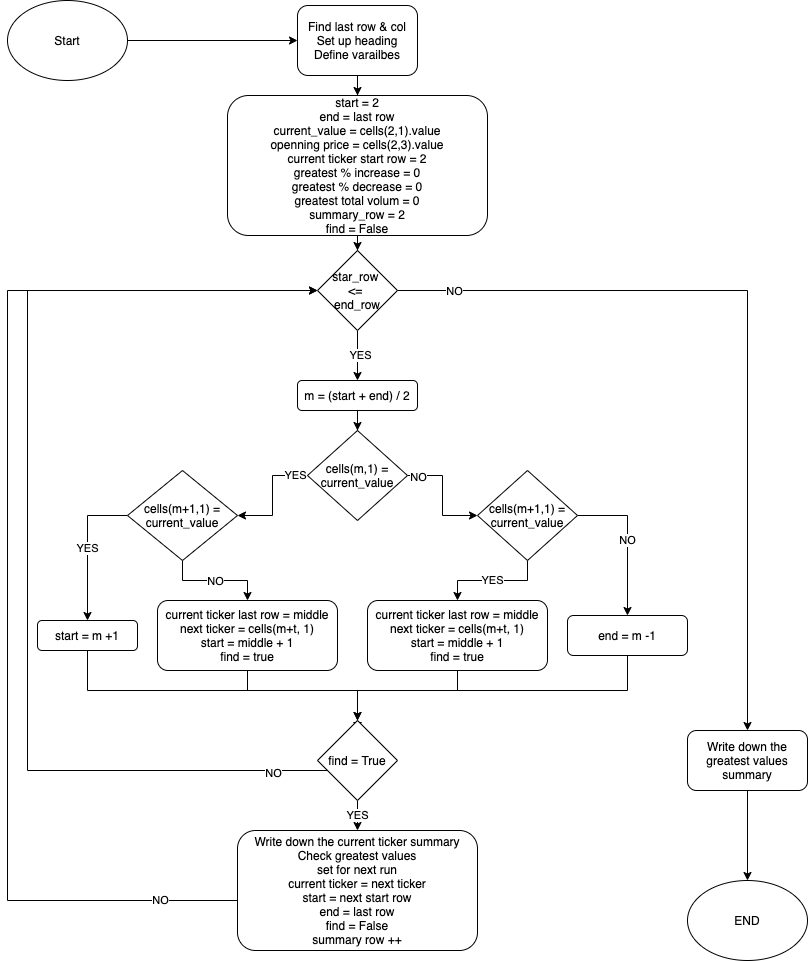
This is data-hw2-VBA.png from Simon-Xu-Lan/data-hw2-VBA-Scripting, a draw.io export, as it was before one commit. Source tidied: cells renumbered, new cells last; positions are measured from the earlier drawing's top-left corner, leaving out a move shared by most shapes. Source of this version:
```xml
<mxGraphModel>
  <root>
    <mxCell id="0" />
    <mxCell id="1" parent="0" />
    <mxCell id="2" style="edgeStyle=orthogonalEdgeStyle;rounded=0;jettySize=auto;html=1;" parent="1" edge="1" source="3" target="5">
      <mxGeometry relative="1" as="geometry" />
    </mxCell>
    <mxCell id="3" value="Find last row &amp;amp; col&lt;br&gt;Set up heading&lt;br&gt;Define varailbes&lt;br&gt;" style="rounded=1;whiteSpace=wrap;html=1;" parent="1" vertex="1">
      <mxGeometry x="290" y="5" width="120" height="70" as="geometry" />
    </mxCell>
    <mxCell id="4" style="edgeStyle=orthogonalEdgeStyle;rounded=0;jettySize=auto;html=1;entryX=0.5;entryY=0;entryDx=0;entryDy=0;" parent="1" edge="1" source="5" target="10">
      <mxGeometry relative="1" as="geometry" />
    </mxCell>
    <mxCell id="5" value="start = 2&lt;br&gt;end = last row&lt;br&gt;current_value = cells(2,1).value&lt;br&gt;openning price = cells(2,3).value&lt;br&gt;current ticker start row = 2&lt;br&gt;greatest % increase = 0&lt;br&gt;greatest % decrease = 0&lt;br&gt;greatest total volum = 0&lt;br&gt;summary_row = 2&lt;br&gt;find = False" style="rounded=1;whiteSpace=wrap;html=1;" parent="1" vertex="1">
      <mxGeometry x="220" y="95" width="260" height="140" as="geometry" />
    </mxCell>
    <mxCell id="6" style="edgeStyle=orthogonalEdgeStyle;rounded=0;jettySize=auto;html=1;entryX=0.5;entryY=0;entryDx=0;entryDy=0;" parent="1" edge="1" source="10" target="12">
      <mxGeometry relative="1" as="geometry" />
    </mxCell>
    <mxCell id="7" value="YES" style="edgeLabel;html=1;align=center;verticalAlign=middle;" parent="6" vertex="1">
      <mxGeometry x="-0.05" y="2" relative="1" as="geometry" />
    </mxCell>
    <mxCell id="8" style="edgeStyle=orthogonalEdgeStyle;rounded=0;jettySize=auto;html=1;entryX=0.5;entryY=0;entryDx=0;entryDy=0;" parent="1" edge="1" source="10" target="41">
      <mxGeometry relative="1" as="geometry" />
    </mxCell>
    <mxCell id="9" value="NO" style="edgeLabel;html=1;align=center;verticalAlign=middle;" parent="8" vertex="1">
      <mxGeometry x="-0.86" relative="1" as="geometry" />
    </mxCell>
    <mxCell id="10" value="star_row &lt;br&gt;&amp;lt;=&amp;nbsp;&lt;br&gt;end_row" style="rhombus;whiteSpace=wrap;html=1;" parent="1" vertex="1">
      <mxGeometry x="310" y="250" width="80" height="80" as="geometry" />
    </mxCell>
    <mxCell id="11" style="edgeStyle=orthogonalEdgeStyle;rounded=0;jettySize=auto;html=1;entryX=0.5;entryY=0;entryDx=0;entryDy=0;" parent="1" edge="1" source="12" target="17">
      <mxGeometry relative="1" as="geometry" />
    </mxCell>
    <mxCell id="12" value="m = (start + end) / 2" style="rounded=1;whiteSpace=wrap;html=1;" parent="1" vertex="1">
      <mxGeometry x="290" y="380" width="120" height="30" as="geometry" />
    </mxCell>
    <mxCell id="13" style="edgeStyle=orthogonalEdgeStyle;rounded=0;jettySize=auto;html=1;" parent="1" edge="1" source="17" target="21">
      <mxGeometry relative="1" as="geometry" />
    </mxCell>
    <mxCell id="14" value="YES" style="edgeLabel;html=1;align=center;verticalAlign=middle;" parent="13" vertex="1">
      <mxGeometry x="-0.76" y="-1" relative="1" as="geometry" />
    </mxCell>
    <mxCell id="15" style="edgeStyle=orthogonalEdgeStyle;rounded=0;jettySize=auto;html=1;" parent="1" edge="1" source="17" target="28">
      <mxGeometry relative="1" as="geometry" />
    </mxCell>
    <mxCell id="16" value="NO" style="edgeLabel;html=1;align=center;verticalAlign=middle;" parent="15" vertex="1">
      <mxGeometry x="-0.81" y="-1" relative="1" as="geometry" />
    </mxCell>
    <mxCell id="17" value="cells(m,1) = current_value" style="rhombus;whiteSpace=wrap;html=1;" parent="1" vertex="1">
      <mxGeometry x="300" y="430" width="100" height="90" as="geometry" />
    </mxCell>
    <mxCell id="18" style="edgeStyle=orthogonalEdgeStyle;rounded=0;jettySize=auto;html=1;entryX=0.5;entryY=0;entryDx=0;entryDy=0;" parent="1" edge="1" source="21" target="23">
      <mxGeometry relative="1" as="geometry" />
    </mxCell>
    <mxCell id="19" value="NO" style="edgeLabel;html=1;align=center;verticalAlign=middle;" parent="18" vertex="1">
      <mxGeometry x="-0.01" relative="1" as="geometry" />
    </mxCell>
    <mxCell id="20" value="YES" style="edgeStyle=orthogonalEdgeStyle;rounded=0;jettySize=auto;html=1;entryX=0.5;entryY=0;entryDx=0;entryDy=0;exitX=0;exitY=0.5;exitDx=0;exitDy=0;" parent="1" edge="1" source="21" target="25">
      <mxGeometry relative="1" as="geometry" />
    </mxCell>
    <mxCell id="21" value="cells(m+1,1) = current_value" style="rhombus;whiteSpace=wrap;html=1;" parent="1" vertex="1">
      <mxGeometry x="120" y="470" width="110" height="90" as="geometry" />
    </mxCell>
    <mxCell id="22" style="edgeStyle=orthogonalEdgeStyle;rounded=0;jettySize=auto;html=1;entryX=0.5;entryY=0;entryDx=0;entryDy=0;" parent="1" edge="1" source="23">
      <mxGeometry relative="1" as="geometry">
        <mxPoint x="350" y="730" as="targetPoint" />
        <Array as="points">
          <mxPoint x="240" y="690" />
          <mxPoint x="350" y="690" />
        </Array>
      </mxGeometry>
    </mxCell>
    <mxCell id="23" value="current ticker last row = middle&lt;br&gt;next ticker = cells(m+t, 1)&lt;br&gt;start = middle + 1&lt;br&gt;find = true" style="rounded=1;whiteSpace=wrap;html=1;" parent="1" vertex="1">
      <mxGeometry x="150" y="600" width="180" height="70" as="geometry" />
    </mxCell>
    <mxCell id="24" style="edgeStyle=orthogonalEdgeStyle;rounded=0;jettySize=auto;html=1;entryX=0.5;entryY=0;entryDx=0;entryDy=0;exitX=0.5;exitY=1;exitDx=0;exitDy=0;" parent="1" edge="1" source="25" target="36">
      <mxGeometry relative="1" as="geometry">
        <Array as="points">
          <mxPoint x="80" y="690" />
          <mxPoint x="350" y="690" />
        </Array>
      </mxGeometry>
    </mxCell>
    <mxCell id="25" value="start = m +1" style="rounded=1;whiteSpace=wrap;html=1;" parent="1" vertex="1">
      <mxGeometry x="30" y="620" width="100" height="30" as="geometry" />
    </mxCell>
    <mxCell id="26" value="YES" style="edgeStyle=orthogonalEdgeStyle;rounded=0;jettySize=auto;html=1;entryX=0.5;entryY=0;entryDx=0;entryDy=0;" parent="1" edge="1" source="28" target="32">
      <mxGeometry relative="1" as="geometry" />
    </mxCell>
    <mxCell id="27" value="NO" style="edgeStyle=orthogonalEdgeStyle;rounded=0;jettySize=auto;html=1;exitX=1;exitY=0.5;exitDx=0;exitDy=0;entryX=0.5;entryY=0;entryDx=0;entryDy=0;" parent="1" edge="1" source="28" target="30">
      <mxGeometry relative="1" as="geometry" />
    </mxCell>
    <mxCell id="28" value="cells(m+1,1) = current_value" style="rhombus;whiteSpace=wrap;html=1;" parent="1" vertex="1">
      <mxGeometry x="470" y="470" width="100" height="90" as="geometry" />
    </mxCell>
    <mxCell id="29" style="edgeStyle=orthogonalEdgeStyle;rounded=0;jettySize=auto;html=1;entryX=0.5;entryY=0;entryDx=0;entryDy=0;" parent="1" edge="1" source="30" target="36">
      <mxGeometry relative="1" as="geometry">
        <Array as="points">
          <mxPoint x="620" y="690" />
          <mxPoint x="350" y="690" />
        </Array>
      </mxGeometry>
    </mxCell>
    <mxCell id="30" value="end = m -1" style="rounded=1;whiteSpace=wrap;html=1;" parent="1" vertex="1">
      <mxGeometry x="560" y="615" width="120" height="40" as="geometry" />
    </mxCell>
    <mxCell id="31" style="edgeStyle=orthogonalEdgeStyle;rounded=0;jettySize=auto;html=1;entryX=0.5;entryY=0;entryDx=0;entryDy=0;" parent="1" edge="1" source="32">
      <mxGeometry relative="1" as="geometry">
        <mxPoint x="350" y="730" as="targetPoint" />
        <Array as="points">
          <mxPoint x="450" y="690" />
          <mxPoint x="350" y="690" />
        </Array>
      </mxGeometry>
    </mxCell>
    <mxCell id="32" value="current ticker last row = middle&lt;br&gt;next ticker = cells(m+t, 1)&lt;br&gt;start = middle + 1&lt;br&gt;find = true" style="rounded=1;whiteSpace=wrap;html=1;" parent="1" vertex="1">
      <mxGeometry x="360" y="600" width="180" height="70" as="geometry" />
    </mxCell>
    <mxCell id="33" value="YES" style="edgeStyle=orthogonalEdgeStyle;rounded=0;jettySize=auto;html=1;entryX=0.5;entryY=0;entryDx=0;entryDy=0;" parent="1" edge="1" source="36" target="39">
      <mxGeometry relative="1" as="geometry" />
    </mxCell>
    <mxCell id="34" style="edgeStyle=orthogonalEdgeStyle;rounded=0;jettySize=auto;html=1;entryX=0;entryY=0.5;entryDx=0;entryDy=0;" parent="1" edge="1" source="36" target="10">
      <mxGeometry relative="1" as="geometry">
        <Array as="points">
          <mxPoint x="20" y="770" />
          <mxPoint x="20" y="290" />
        </Array>
      </mxGeometry>
    </mxCell>
    <mxCell id="35" value="NO" style="edgeLabel;html=1;align=center;verticalAlign=middle;" parent="34" vertex="1">
      <mxGeometry x="-0.9" y="2" relative="1" as="geometry" />
    </mxCell>
    <mxCell id="36" value="find = True" style="rhombus;whiteSpace=wrap;html=1;" parent="1" vertex="1">
      <mxGeometry x="310" y="720" width="80" height="80" as="geometry" />
    </mxCell>
    <mxCell id="37" style="edgeStyle=orthogonalEdgeStyle;rounded=0;jettySize=auto;html=1;entryX=0;entryY=0.5;entryDx=0;entryDy=0;" parent="1" edge="1" source="39" target="10">
      <mxGeometry relative="1" as="geometry">
        <Array as="points">
          <mxPoint y="900" />
          <mxPoint y="290" />
        </Array>
      </mxGeometry>
    </mxCell>
    <mxCell id="38" value="NO" style="edgeLabel;html=1;align=center;verticalAlign=middle;" parent="37" vertex="1">
      <mxGeometry x="-0.86" y="-1" relative="1" as="geometry" />
    </mxCell>
    <mxCell id="39" value="Write down the current ticker summary&lt;br&gt;Check greatest values&lt;br&gt;set for next run&lt;br&gt;current ticker = next ticker&lt;br&gt;start = next start row&lt;br&gt;end = last row&lt;br&gt;find = False&lt;br&gt;summary row ++" style="rounded=1;whiteSpace=wrap;html=1;" parent="1" vertex="1">
      <mxGeometry x="230" y="830" width="240" height="120" as="geometry" />
    </mxCell>
    <mxCell id="40" style="edgeStyle=orthogonalEdgeStyle;rounded=0;jettySize=auto;html=1;" parent="1" edge="1" source="41" target="42">
      <mxGeometry relative="1" as="geometry" />
    </mxCell>
    <mxCell id="41" value="Write down the greatest values summary" style="rounded=1;whiteSpace=wrap;html=1;" parent="1" vertex="1">
      <mxGeometry x="680" y="730" width="120" height="60" as="geometry" />
    </mxCell>
    <mxCell id="42" value="END" style="ellipse;whiteSpace=wrap;html=1;" parent="1" vertex="1">
      <mxGeometry x="680" y="880" width="120" height="80" as="geometry" />
    </mxCell>
    <mxCell id="43" style="edgeStyle=orthogonalEdgeStyle;rounded=0;jettySize=auto;html=1;entryX=0;entryY=0.5;entryDx=0;entryDy=0;" parent="1" edge="1" source="44" target="3">
      <mxGeometry relative="1" as="geometry" />
    </mxCell>
    <mxCell id="44" value="Start" style="ellipse;whiteSpace=wrap;html=1;" parent="1" vertex="1">
      <mxGeometry width="120" height="80" as="geometry" />
    </mxCell>
  </root>
</mxGraphModel>
```
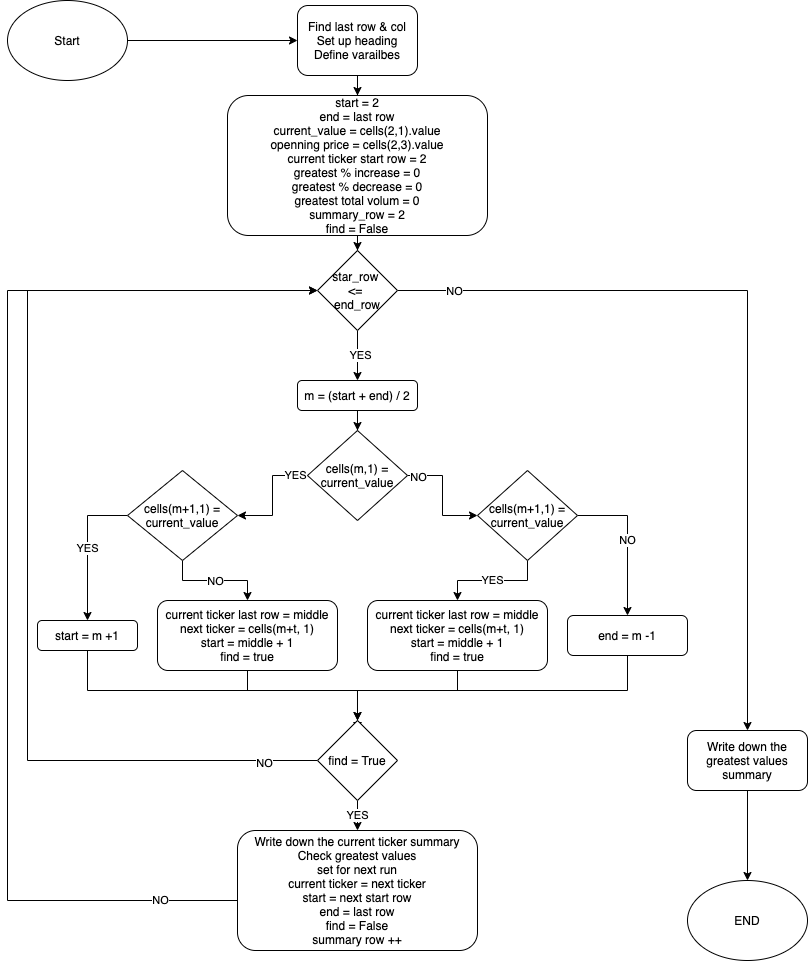
Later version of the same file.

Commit message:
update flow chart

The edit, as a diff of the source:
```diff
@@ -120,10 +120,10 @@
     <mxCell id="33" value="YES" style="edgeStyle=orthogonalEdgeStyle;rounded=0;jettySize=auto;html=1;entryX=0.5;entryY=0;entryDx=0;entryDy=0;" parent="1" edge="1" source="36" target="39">
       <mxGeometry relative="1" as="geometry" />
     </mxCell>
-    <mxCell id="34" style="edgeStyle=orthogonalEdgeStyle;rounded=0;jettySize=auto;html=1;entryX=0;entryY=0.5;entryDx=0;entryDy=0;" parent="1" edge="1" source="36" target="10">
+    <mxCell id="34" style="edgeStyle=orthogonalEdgeStyle;rounded=0;jettySize=auto;html=1;entryX=0;entryY=0.5;entryDx=0;entryDy=0;exitX=0;exitY=0.5;exitDx=0;exitDy=0;" parent="1" edge="1" source="36" target="10">
       <mxGeometry relative="1" as="geometry">
         <Array as="points">
-          <mxPoint x="20" y="770" />
+          <mxPoint x="20" y="760" />
           <mxPoint x="20" y="290" />
         </Array>
       </mxGeometry>
```
